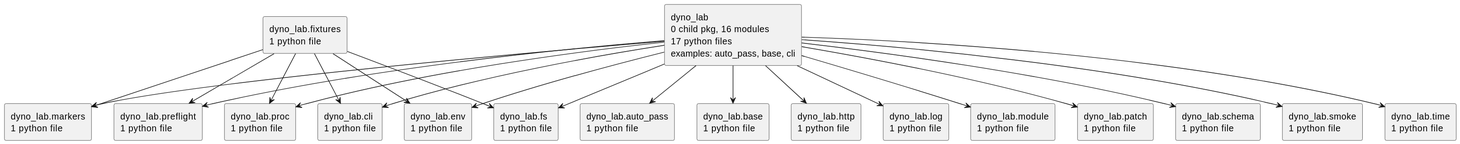
casonk/dyno-lab keeps this PlantUML diagram as docs/diagrams/python-packages.puml.svg. Above is the earlier version.
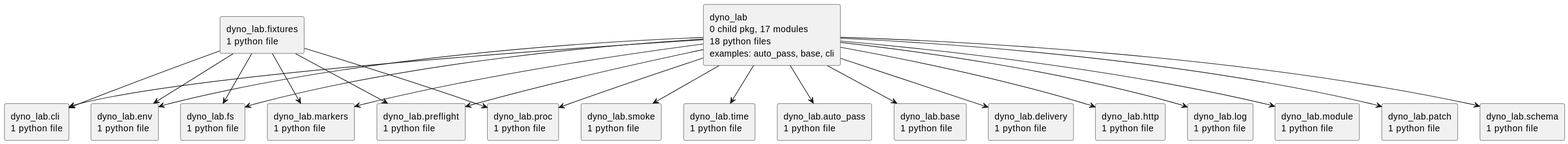
After the commit.

Change to the diagram source:
```diff
@@ -2,10 +2,11 @@
 set namespaceSeparator none
 top to bottom direction
 skinparam componentStyle rectangle
-rectangle "dyno_lab\n0 child pkg, 16 modules\n17 python files\nexamples: auto_pass, base, cli" as dyno_lab
+rectangle "dyno_lab\n0 child pkg, 17 modules\n18 python files\nexamples: auto_pass, base, cli" as dyno_lab
 rectangle "dyno_lab.auto_pass\n1 python file" as dyno_lab.auto_pass
 rectangle "dyno_lab.base\n1 python file" as dyno_lab.base
 rectangle "dyno_lab.cli\n1 python file" as dyno_lab.cli
+rectangle "dyno_lab.delivery\n1 python file" as dyno_lab.delivery
 rectangle "dyno_lab.env\n1 python file" as dyno_lab.env
 rectangle "dyno_lab.fixtures\n1 python file" as dyno_lab.fixtures
 rectangle "dyno_lab.fs\n1 python file" as dyno_lab.fs
@@ -22,6 +23,7 @@
 dyno_lab --> dyno_lab.auto_pass
 dyno_lab --> dyno_lab.base
 dyno_lab --> dyno_lab.cli
+dyno_lab --> dyno_lab.delivery
 dyno_lab --> dyno_lab.env
 dyno_lab --> dyno_lab.fs
 dyno_lab --> dyno_lab.http
```
